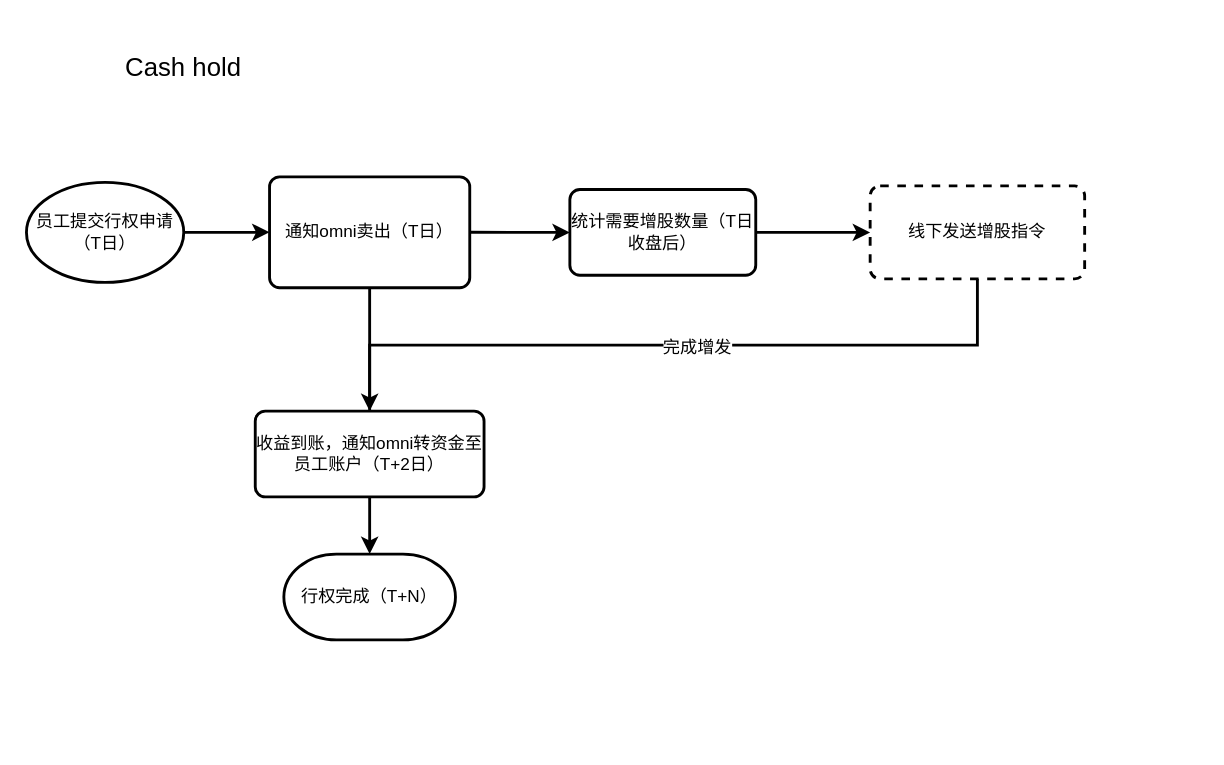
fengyong7723131/xiaoye keeps this draw.io diagram as 实时增发-Cash hold.drawio. Above is the earlier version. Source tidied: cells renumbered, new cells numbered last; positions are measured from the earlier drawing's top-left corner, leaving out a move shared by most shapes. Both pictures are drawn from the tidied source at 143%, with x=0, y=0 at pixel (26, 24).
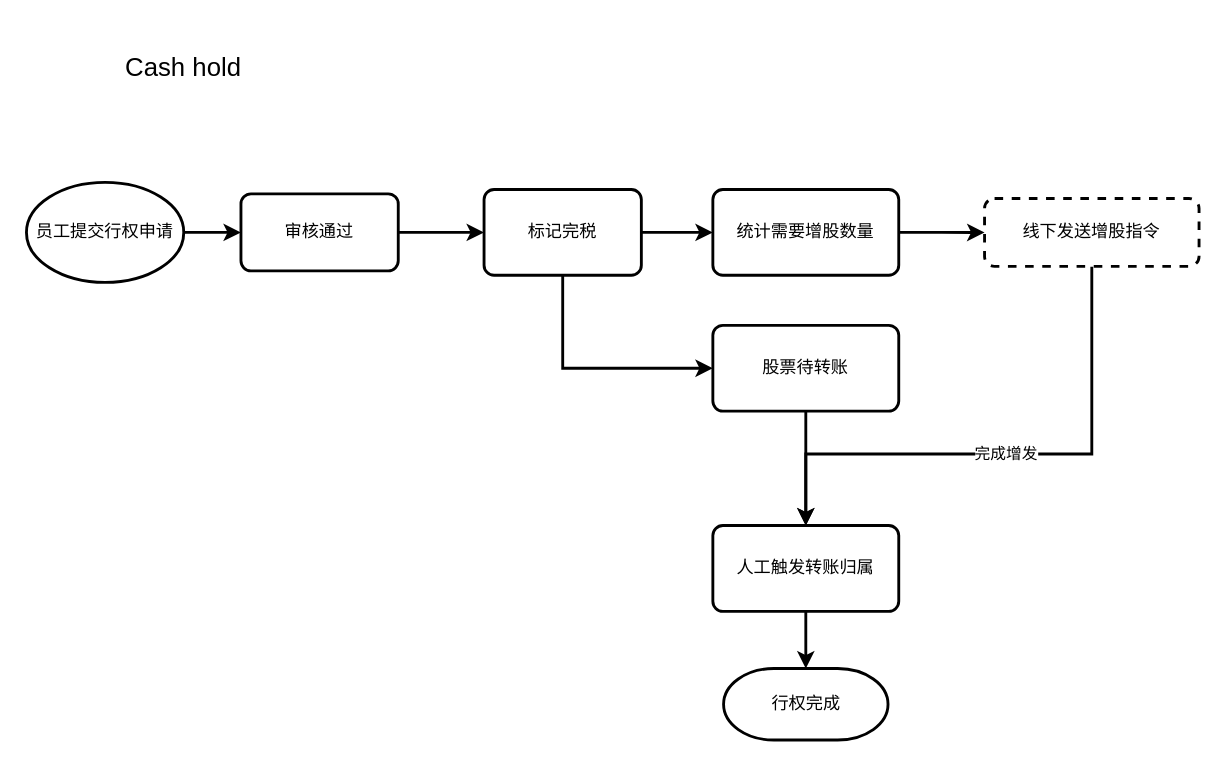
The same diagram, later.

Commit message:
更新实时增发-Cash hold.drawio

Change to the diagram source:
```diff
@@
-    <mxCell id="3" value="员工提交行权申请（T日）" style="strokeWidth=2;html=1;shape=mxgraph.flowchart.start_1;whiteSpace=wrap;" parent="1" vertex="1">
+    <mxCell id="3" value="员工提交行权申请" style="strokeWidth=2;html=1;shape=mxgraph.flowchart.start_1;whiteSpace=wrap;" parent="1" vertex="1">
       <mxGeometry y="110" width="110" height="70" as="geometry" />
     </mxCell>
@@
-    <mxCell id="5" style="edgeStyle=orthogonalEdgeStyle;rounded=0;jettySize=auto;html=1;exitX=0.5;exitY=1;exitDx=0;exitDy=0;entryX=0.5;entryY=0;entryDx=0;entryDy=0;strokeWidth=2;" parent="1" edge="1" source="7" target="15">
-      <mxGeometry relative="1" as="geometry">
-        <Array as="points">
-          <mxPoint x="240" y="310" />
-          <mxPoint x="240" y="310" />
-        </Array>
-      </mxGeometry>
-    </mxCell>
@@
-    <mxCell id="7" value="通知omni卖出（T日）" style="rounded=1;whiteSpace=wrap;html=1;absoluteArcSize=1;arcSize=14;strokeWidth=2;" parent="1" vertex="1">
-      <mxGeometry x="170" y="106.2" width="140" height="77.5" as="geometry" />
+    <mxCell id="7" value="审核通过" style="rounded=1;whiteSpace=wrap;html=1;absoluteArcSize=1;arcSize=14;strokeWidth=2;" parent="1" vertex="1">
+      <mxGeometry x="150" y="118.1" width="110" height="53.8" as="geometry" />
     </mxCell>
-    <mxCell id="8" style="edgeStyle=orthogonalEdgeStyle;rounded=0;jettySize=auto;html=1;exitX=1;exitY=0.5;exitDx=0;exitDy=0;strokeWidth=2;entryX=0;entryY=0.5;entryDx=0;entryDy=0;" parent="1" edge="1" source="9" target="12">
-      <mxGeometry relative="1" as="geometry" />
-    </mxCell>
+    <mxCell id="16" style="edgeStyle=orthogonalEdgeStyle;rounded=0;jettySize=auto;html=1;strokeWidth=2;" parent="1" edge="1" source="9" target="19">
+      <mxGeometry relative="1" as="geometry" />
+    </mxCell>
+    <mxCell id="17" style="edgeStyle=orthogonalEdgeStyle;rounded=0;jettySize=auto;html=1;exitX=0.5;exitY=1;exitDx=0;exitDy=0;strokeWidth=2;entryX=0;entryY=0.5;entryDx=0;entryDy=0;" parent="1" edge="1" source="9" target="21">
+      <mxGeometry relative="1" as="geometry" />
+    </mxCell>
-    <mxCell id="9" value="统计需要增股数量（T日收盘后）" style="rounded=1;whiteSpace=wrap;html=1;absoluteArcSize=1;arcSize=14;strokeWidth=2;" parent="1" vertex="1">
-      <mxGeometry x="380" y="115" width="130" height="60" as="geometry" />
+    <mxCell id="9" value="标记完税" style="rounded=1;whiteSpace=wrap;html=1;absoluteArcSize=1;arcSize=14;strokeWidth=2;" parent="1" vertex="1">
+      <mxGeometry x="320" y="115" width="110" height="60" as="geometry" />
     </mxCell>
-    <mxCell id="10" style="edgeStyle=orthogonalEdgeStyle;rounded=0;jettySize=auto;html=1;exitX=0.5;exitY=1;exitDx=0;exitDy=0;entryX=0.5;entryY=0;entryDx=0;entryDy=0;strokeWidth=2;" parent="1" edge="1" source="12" target="15">
-      <mxGeometry relative="1" as="geometry" />
-    </mxCell>
-    <mxCell id="11" value="&lt;font style=&quot;font-size: 12px&quot;&gt;完成增发&lt;/font&gt;" style="edgeLabel;html=1;align=center;verticalAlign=middle;" parent="10" vertex="1">
-      <mxGeometry x="-0.06" y="2" relative="1" as="geometry" />
+    <mxCell id="11" value="完成增发" style="edgeStyle=orthogonalEdgeStyle;rounded=0;jettySize=auto;html=1;exitX=0.5;exitY=1;exitDx=0;exitDy=0;strokeWidth=2;" parent="1" edge="1" source="12" target="23">
+      <mxGeometry relative="1" as="geometry">
+        <Array as="points">
+          <mxPoint x="745" y="300" />
+          <mxPoint x="545" y="300" />
+        </Array>
+      </mxGeometry>
     </mxCell>
     <mxCell id="12" value="线下发送增股指令" style="rounded=1;whiteSpace=wrap;html=1;absoluteArcSize=1;arcSize=14;strokeWidth=2;dashed=1;" parent="1" vertex="1">
-      <mxGeometry x="590" y="112.5" width="150" height="65" as="geometry" />
+      <mxGeometry x="670" y="121.3" width="150" height="47.5" as="geometry" />
     </mxCell>
-    <mxCell id="13" value="&lt;span&gt;行权完成（T+N）&lt;/span&gt;" style="strokeWidth=2;html=1;shape=mxgraph.flowchart.terminator;whiteSpace=wrap;" parent="1" vertex="1">
-      <mxGeometry x="180" y="370" width="120" height="60" as="geometry" />
-    </mxCell>
-    <mxCell id="14" style="edgeStyle=orthogonalEdgeStyle;rounded=0;jettySize=auto;html=1;exitX=0.5;exitY=1;exitDx=0;exitDy=0;entryX=0.5;entryY=0;entryDx=0;entryDy=0;entryPerimeter=0;strokeWidth=2;" parent="1" edge="1" source="15" target="13">
-      <mxGeometry relative="1" as="geometry" />
-    </mxCell>
-    <mxCell id="15" value="收益到账，通知omni转资金至员工账户（T+2日）" style="rounded=1;whiteSpace=wrap;html=1;absoluteArcSize=1;arcSize=14;strokeWidth=2;" parent="1" vertex="1">
-      <mxGeometry x="160" y="270" width="160" height="60" as="geometry" />
-    </mxCell>
+    <mxCell id="18" style="edgeStyle=orthogonalEdgeStyle;rounded=0;jettySize=auto;html=1;strokeWidth=2;" parent="1" edge="1" source="19" target="12">
+      <mxGeometry relative="1" as="geometry" />
+    </mxCell>
+    <mxCell id="19" value="统计需要增股数量" style="rounded=1;whiteSpace=wrap;html=1;absoluteArcSize=1;arcSize=14;strokeWidth=2;" parent="1" vertex="1">
+      <mxGeometry x="480" y="115" width="130" height="60" as="geometry" />
+    </mxCell>
+    <mxCell id="20" style="edgeStyle=orthogonalEdgeStyle;rounded=0;jettySize=auto;html=1;exitX=0.5;exitY=1;exitDx=0;exitDy=0;strokeWidth=2;" parent="1" edge="1" source="21" target="23">
+      <mxGeometry relative="1" as="geometry" />
+    </mxCell>
+    <mxCell id="21" value="股票待转账" style="rounded=1;whiteSpace=wrap;html=1;absoluteArcSize=1;arcSize=14;strokeWidth=2;" parent="1" vertex="1">
+      <mxGeometry x="480" y="210" width="130" height="60" as="geometry" />
+    </mxCell>
+    <mxCell id="22" style="edgeStyle=orthogonalEdgeStyle;rounded=0;jettySize=auto;html=1;exitX=0.5;exitY=1;exitDx=0;exitDy=0;strokeWidth=2;" parent="1" edge="1" source="23" target="24">
+      <mxGeometry relative="1" as="geometry" />
+    </mxCell>
+    <mxCell id="23" value="人工触发转账归属" style="rounded=1;whiteSpace=wrap;html=1;absoluteArcSize=1;arcSize=14;strokeWidth=2;" parent="1" vertex="1">
+      <mxGeometry x="480" y="350" width="130" height="60" as="geometry" />
+    </mxCell>
+    <mxCell id="24" value="行权完成" style="strokeWidth=2;html=1;shape=mxgraph.flowchart.terminator;whiteSpace=wrap;" parent="1" vertex="1">
+      <mxGeometry x="487.5" y="450" width="115" height="50" as="geometry" />
+    </mxCell>
```
